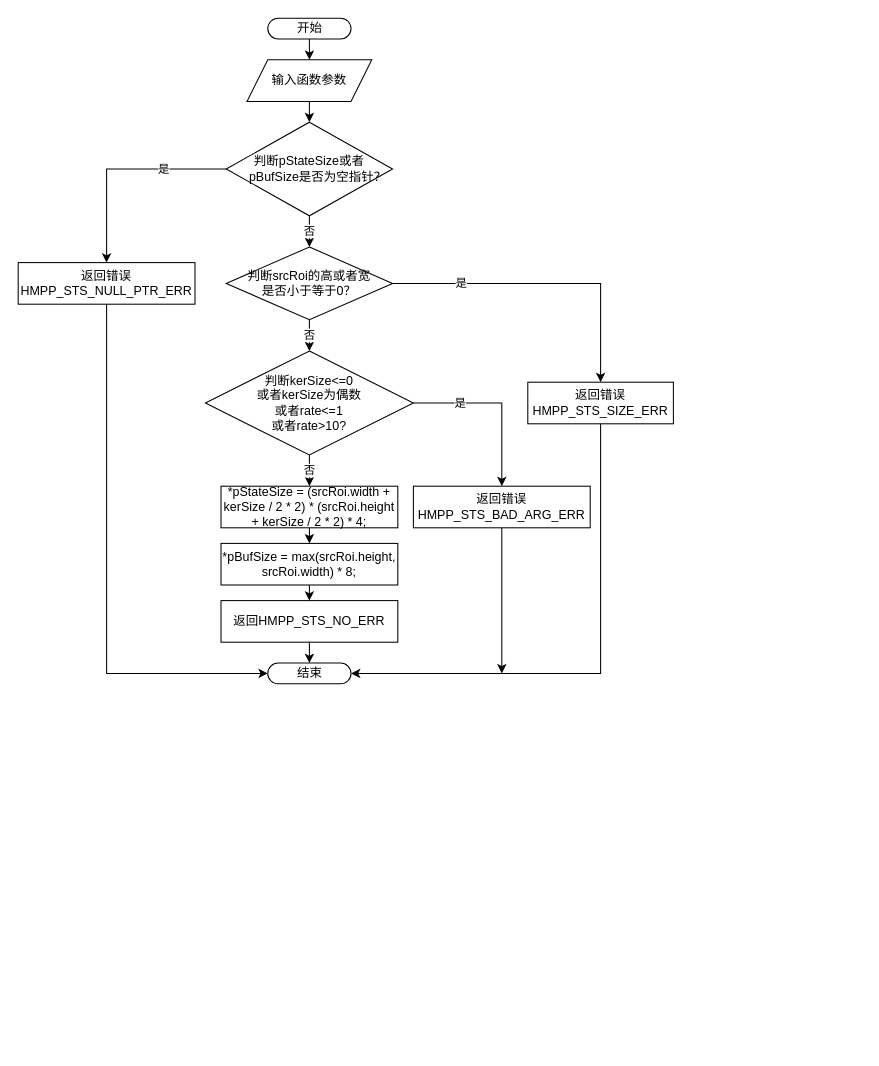
Before: page "Page-1" (1 of 2) of Pyramid/PyramidLayerDownGetSize.drawio in hwm0726/drawioFile, a draw.io diagram. Source tidied: cells renumbered, new cells numbered last; positions are measured from the earlier drawing's top-left corner, leaving out a move shared by most shapes. Both pictures are drawn from the tidied source at 104%, with x=0, y=0 at pixel (18, 18).
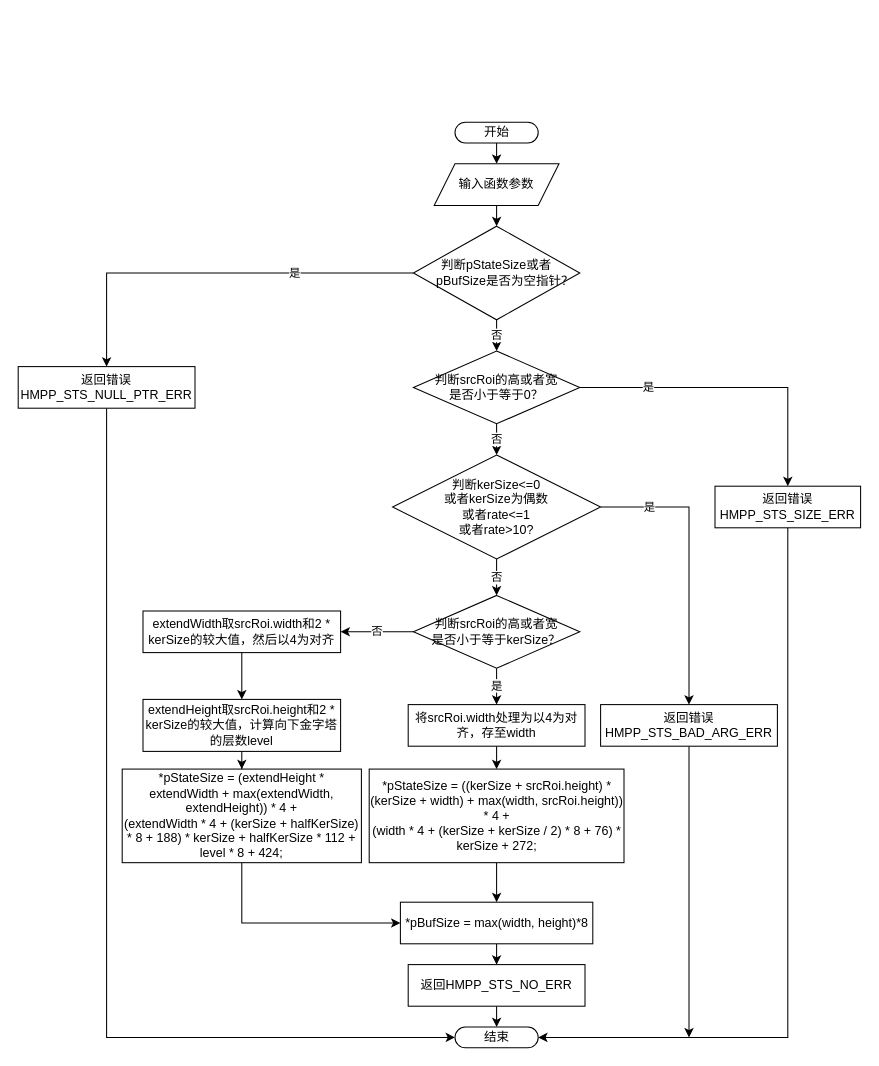
The same diagram, later.

Diff of the diagram source:
```diff
@@
     <mxCell id="3" value="开始" style="html=1;dashed=0;whitespace=wrap;shape=mxgraph.dfd.start;" parent="1" vertex="1">
-      <mxGeometry x="240" width="80" height="20" as="geometry" />
+      <mxGeometry x="420" y="100" width="80" height="20" as="geometry" />
     </mxCell>
@@
     <mxCell id="5" value="输入函数参数" style="shape=parallelogram;perimeter=parallelogramPerimeter;whiteSpace=wrap;html=1;fixedSize=1;" parent="1" vertex="1">
-      <mxGeometry x="220" y="40" width="120" height="40" as="geometry" />
+      <mxGeometry x="400" y="140" width="120" height="40" as="geometry" />
     </mxCell>
@@
     <mxCell id="8" value="判断pStateSize或者&lt;br&gt;&amp;nbsp; &amp;nbsp; &amp;nbsp;pBufSize是否为空指针？" style="rhombus;whiteSpace=wrap;html=1;" parent="1" vertex="1">
-      <mxGeometry x="200" y="100" width="160" height="90" as="geometry" />
+      <mxGeometry x="380" y="200" width="160" height="90" as="geometry" />
     </mxCell>
     <mxCell id="9" value="结束" style="html=1;dashed=0;whitespace=wrap;shape=mxgraph.dfd.start;" parent="1" vertex="1">
-      <mxGeometry x="240" y="620" width="80" height="20" as="geometry" />
+      <mxGeometry x="420" y="970" width="80" height="20" as="geometry" />
     </mxCell>
@@
     <mxCell id="11" value="返回错误HMPP_STS_NULL_PTR_ERR" style="rounded=0;whiteSpace=wrap;html=1;fillColor=#ffffff;gradientColor=none;" parent="1" vertex="1">
-      <mxGeometry y="235" width="170" height="40" as="geometry" />
+      <mxGeometry y="335" width="170" height="40" as="geometry" />
     </mxCell>
@@
     <mxCell id="14" value="判断srcRoi的高或者宽&lt;br&gt;是否小于等于0？" style="rhombus;whiteSpace=wrap;html=1;" parent="1" vertex="1">
-      <mxGeometry x="200" y="220" width="160" height="70" as="geometry" />
+      <mxGeometry x="380" y="320" width="160" height="70" as="geometry" />
     </mxCell>
     <mxCell id="15" value="是" style="edgeStyle=orthogonalEdgeStyle;rounded=0;jettySize=auto;html=1;exitX=1;exitY=0.5;exitDx=0;exitDy=0;entryX=0.5;entryY=0;entryDx=0;entryDy=0;" parent="1" edge="1" source="17" target="21">
-      <mxGeometry x="-0.46" relative="1" as="geometry" />
+      <mxGeometry x="-0.66" relative="1" as="geometry" />
     </mxCell>
-    <mxCell id="16" value="否" style="edgeStyle=orthogonalEdgeStyle;rounded=0;jettySize=auto;html=1;exitX=0.5;exitY=1;exitDx=0;exitDy=0;entryX=0.5;entryY=0;entryDx=0;entryDy=0;" parent="1" edge="1" source="17" target="23">
+    <mxCell id="16" value="否" style="edgeStyle=orthogonalEdgeStyle;rounded=0;jettySize=auto;html=1;exitX=0.5;exitY=1;exitDx=0;exitDy=0;entryX=0.5;entryY=0;entryDx=0;entryDy=0;" parent="1" edge="1" source="17" target="31">
       <mxGeometry relative="1" as="geometry" />
     </mxCell>
     <mxCell id="17" value="判断kerSize&amp;lt;=0&lt;br&gt;或者kerSize为偶数&lt;br&gt;或者rate&amp;lt;=1&lt;br&gt;或者rate&amp;gt;10?" style="rhombus;whiteSpace=wrap;html=1;" parent="1" vertex="1">
-      <mxGeometry x="180" y="320" width="200" height="100" as="geometry" />
+      <mxGeometry x="360" y="420" width="200" height="100" as="geometry" />
     </mxCell>
@@
     <mxCell id="19" value="返回错误HMPP_STS_SIZE_ERR" style="rounded=0;whiteSpace=wrap;html=1;fillColor=#ffffff;gradientColor=none;" parent="1" vertex="1">
-      <mxGeometry x="490" y="350" width="140" height="40" as="geometry" />
+      <mxGeometry x="670" y="450" width="140" height="40" as="geometry" />
     </mxCell>
     <mxCell id="20" style="edgeStyle=orthogonalEdgeStyle;rounded=0;jettySize=auto;html=1;jumpSize=4;" parent="1" edge="1" source="21">
       <mxGeometry relative="1" as="geometry">
-        <mxPoint x="465" y="630" as="targetPoint" />
+        <mxPoint x="645" y="980" as="targetPoint" />
       </mxGeometry>
     </mxCell>
     <mxCell id="21" value="返回错误HMPP_STS_BAD_ARG_ERR" style="rounded=0;whiteSpace=wrap;html=1;fillColor=#ffffff;gradientColor=none;" parent="1" vertex="1">
-      <mxGeometry x="380" y="450" width="170" height="40" as="geometry" />
+      <mxGeometry x="560" y="660" width="170" height="40" as="geometry" />
     </mxCell>
@@
-    <mxCell id="23" value="*pStateSize = (srcRoi.width + kerSize / 2 * 2) * (srcRoi.height + kerSize / 2 * 2) * 4;" style="rounded=0;whiteSpace=wrap;html=1;fillColor=#ffffff;gradientColor=none;" parent="1" vertex="1">
-      <mxGeometry x="195" y="450" width="170" height="40" as="geometry" />
+    <mxCell id="23" value="将srcRoi.width处理为以4为对齐，存至width" style="rounded=0;whiteSpace=wrap;html=1;fillColor=#ffffff;gradientColor=none;" parent="1" vertex="1">
+      <mxGeometry x="375" y="660" width="170" height="40" as="geometry" />
     </mxCell>
-    <mxCell id="24" style="edgeStyle=orthogonalEdgeStyle;rounded=0;jettySize=auto;html=1;exitX=0.5;exitY=1;exitDx=0;exitDy=0;entryX=0.5;entryY=0;entryDx=0;entryDy=0;" parent="1" edge="1" source="25" target="27">
-      <mxGeometry relative="1" as="geometry" />
-    </mxCell>
+    <mxCell id="28" style="edgeStyle=orthogonalEdgeStyle;rounded=0;jettySize=auto;html=1;exitX=0.5;exitY=1;exitDx=0;exitDy=0;entryX=0.5;entryY=0;entryDx=0;entryDy=0;" parent="1" edge="1" source="25" target="33">
+      <mxGeometry relative="1" as="geometry" />
+    </mxCell>
-    <mxCell id="25" value="*pBufSize = max(srcRoi.height, srcRoi.width) * 8;" style="rounded=0;whiteSpace=wrap;html=1;fillColor=#ffffff;gradientColor=none;" parent="1" vertex="1">
-      <mxGeometry x="195" y="505" width="170" height="40" as="geometry" />
+    <mxCell id="25" value="&lt;div&gt;*pStateSize = ((kerSize + srcRoi.height) * (kerSize + width) + max(width, srcRoi.height)) * 4 +&lt;/div&gt;&lt;div&gt;&lt;span&gt;   &lt;/span&gt;(width * 4 + (kerSize + kerSize / 2) * 8 + 76) * kerSize + 272;&lt;/div&gt;" style="rounded=0;whiteSpace=wrap;html=1;fillColor=#ffffff;gradientColor=none;" parent="1" vertex="1">
+      <mxGeometry x="337.5" y="722" width="245" height="90" as="geometry" />
     </mxCell>
@@
     <mxCell id="27" value="返回HMPP_STS_NO_ERR" style="rounded=0;whiteSpace=wrap;html=1;fillColor=#ffffff;gradientColor=none;" parent="1" vertex="1">
-      <mxGeometry x="195" y="560" width="170" height="40" as="geometry" />
+      <mxGeometry x="375" y="910" width="170" height="40" as="geometry" />
     </mxCell>
+    <mxCell id="29" value="是" style="edgeStyle=orthogonalEdgeStyle;rounded=0;jettySize=auto;html=1;entryX=0.5;entryY=0;entryDx=0;entryDy=0;" parent="1" edge="1" source="31" target="23">
+      <mxGeometry relative="1" as="geometry" />
+    </mxCell>
+    <mxCell id="30" value="否" style="edgeStyle=orthogonalEdgeStyle;rounded=0;jettySize=auto;html=1;exitX=0;exitY=0.5;exitDx=0;exitDy=0;entryX=1;entryY=0.5;entryDx=0;entryDy=0;" parent="1" edge="1" source="31" target="35">
+      <mxGeometry relative="1" as="geometry" />
+    </mxCell>
+    <mxCell id="31" value="判断srcRoi的高或者宽&lt;br&gt;是否小于等于kerSize？" style="rhombus;whiteSpace=wrap;html=1;" parent="1" vertex="1">
+      <mxGeometry x="380" y="555" width="160" height="70" as="geometry" />
+    </mxCell>
+    <mxCell id="32" style="edgeStyle=orthogonalEdgeStyle;rounded=0;jettySize=auto;html=1;entryX=0.5;entryY=0;entryDx=0;entryDy=0;" parent="1" edge="1" source="33" target="27">
+      <mxGeometry relative="1" as="geometry" />
+    </mxCell>
+    <mxCell id="33" value="*pBufSize = max(width, height)*8" style="rounded=0;whiteSpace=wrap;html=1;fillColor=#ffffff;gradientColor=none;" parent="1" vertex="1">
+      <mxGeometry x="367.5" y="850" width="185" height="40" as="geometry" />
+    </mxCell>
+    <mxCell id="34" style="edgeStyle=orthogonalEdgeStyle;rounded=0;jettySize=auto;html=1;exitX=0.5;exitY=1;exitDx=0;exitDy=0;" parent="1" edge="1" source="35" target="37">
+      <mxGeometry relative="1" as="geometry" />
+    </mxCell>
+    <mxCell id="35" value="&lt;div&gt;extendWidth取srcRoi.width和2 * kerSize的较大值，然后以4为对齐&lt;/div&gt;" style="rounded=0;whiteSpace=wrap;html=1;fillColor=#ffffff;gradientColor=none;" parent="1" vertex="1">
+      <mxGeometry x="120" y="570" width="190" height="40" as="geometry" />
+    </mxCell>
+    <mxCell id="36" style="edgeStyle=orthogonalEdgeStyle;rounded=0;jettySize=auto;html=1;exitX=0.5;exitY=1;exitDx=0;exitDy=0;" parent="1" edge="1" source="37" target="39">
+      <mxGeometry relative="1" as="geometry" />
+    </mxCell>
+    <mxCell id="37" value="&lt;div&gt;extendHeight取srcRoi.height和2 * kerSize的较大值，计算向下金字塔的层数level&lt;/div&gt;" style="rounded=0;whiteSpace=wrap;html=1;fillColor=#ffffff;gradientColor=none;" parent="1" vertex="1">
+      <mxGeometry x="120" y="655" width="190" height="50" as="geometry" />
+    </mxCell>
+    <mxCell id="38" style="edgeStyle=orthogonalEdgeStyle;rounded=0;jettySize=auto;html=1;exitX=0.5;exitY=1;exitDx=0;exitDy=0;entryX=0;entryY=0.5;entryDx=0;entryDy=0;" parent="1" edge="1" source="39" target="33">
+      <mxGeometry relative="1" as="geometry" />
+    </mxCell>
+    <mxCell id="39" value="&lt;div&gt;*pStateSize = (extendHeight * extendWidth + max(extendWidth, extendHeight)) * 4 +&lt;/div&gt;&lt;div&gt;&lt;span&gt;   &lt;/span&gt;(extendWidth * 4 + (kerSize + halfKerSize) * 8 + 188) * kerSize + halfKerSize * 112 + level * 8 + 424;&lt;/div&gt;" style="rounded=0;whiteSpace=wrap;html=1;fillColor=#ffffff;gradientColor=none;" parent="1" vertex="1">
+      <mxGeometry x="100" y="722" width="230" height="90" as="geometry" />
+    </mxCell>
```
